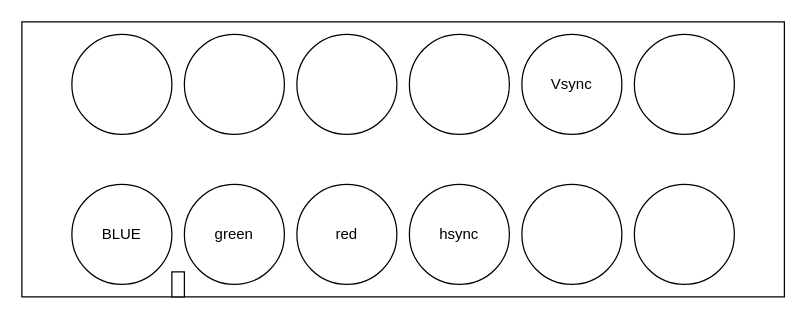
The draw.io diagram breakout.drawio in YuzuMin/Project-OSIRIS, before the edit. Source tidied: cells renumbered, new cells numbered last; positions are measured from the earlier drawing's top-left corner, leaving out a move shared by most shapes. Both pictures are drawn from the tidied source at 125%, with x=0, y=0 at pixel (21, 21).
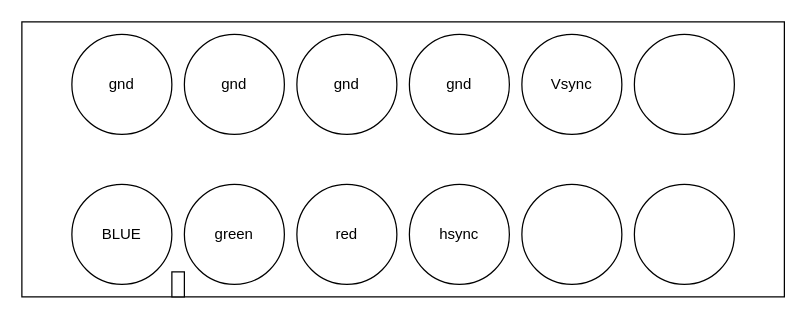
Above is the later version.

The edit, as a diff of the source:
```diff
@@
 <mxGraphModel>
   <root>
     <mxCell id="0" />
     <mxCell id="1" parent="0" />
     <mxCell id="2" style="rounded=0;whiteSpace=wrap;html=1;" parent="1" vertex="1">
       <mxGeometry width="610" height="220" as="geometry" />
     </mxCell>
-    <mxCell id="3" style="ellipse;whiteSpace=wrap;html=1;" parent="1" vertex="1">
+    <mxCell id="3" value="gnd" style="ellipse;whiteSpace=wrap;html=1;" parent="1" vertex="1">
       <mxGeometry x="40" y="10" width="80" height="80" as="geometry" />
     </mxCell>
     <mxCell id="4" value="BLUE" style="ellipse;whiteSpace=wrap;html=1;" parent="1" vertex="1">
       <mxGeometry x="40" y="130" width="80" height="80" as="geometry" />
     </mxCell>
-    <mxCell id="5" style="ellipse;whiteSpace=wrap;html=1;" parent="1" vertex="1">
+    <mxCell id="5" value="gnd" style="ellipse;whiteSpace=wrap;html=1;" parent="1" vertex="1">
       <mxGeometry x="130" y="10" width="80" height="80" as="geometry" />
     </mxCell>
     <mxCell id="6" value="green" style="ellipse;whiteSpace=wrap;html=1;" parent="1" vertex="1">
       <mxGeometry x="130" y="130" width="80" height="80" as="geometry" />
     </mxCell>
-    <mxCell id="7" style="ellipse;whiteSpace=wrap;html=1;" parent="1" vertex="1">
+    <mxCell id="7" value="gnd" style="ellipse;whiteSpace=wrap;html=1;" parent="1" vertex="1">
       <mxGeometry x="220" y="10" width="80" height="80" as="geometry" />
     </mxCell>
     <mxCell id="8" value="red" style="ellipse;whiteSpace=wrap;html=1;" parent="1" vertex="1">
       <mxGeometry x="220" y="130" width="80" height="80" as="geometry" />
     </mxCell>
-    <mxCell id="9" style="ellipse;whiteSpace=wrap;html=1;" parent="1" vertex="1">
+    <mxCell id="9" value="gnd" style="ellipse;whiteSpace=wrap;html=1;" parent="1" vertex="1">
       <mxGeometry x="310" y="10" width="80" height="80" as="geometry" />
     </mxCell>
     <mxCell id="10" value="hsync" style="ellipse;whiteSpace=wrap;html=1;" parent="1" vertex="1">
       <mxGeometry x="310" y="130" width="80" height="80" as="geometry" />
     </mxCell>
     <mxCell id="11" value="Vsync" style="ellipse;whiteSpace=wrap;html=1;" parent="1" vertex="1">
       <mxGeometry x="400" y="10" width="80" height="80" as="geometry" />
     </mxCell>
     <mxCell id="12" style="ellipse;whiteSpace=wrap;html=1;" parent="1" vertex="1">
       <mxGeometry x="400" y="130" width="80" height="80" as="geometry" />
     </mxCell>
     <mxCell id="13" style="ellipse;whiteSpace=wrap;html=1;" parent="1" vertex="1">
       <mxGeometry x="490" y="10" width="80" height="80" as="geometry" />
     </mxCell>
     <mxCell id="14" style="ellipse;whiteSpace=wrap;html=1;" parent="1" vertex="1">
       <mxGeometry x="490" y="130" width="80" height="80" as="geometry" />
     </mxCell>
     <mxCell id="15" style="rounded=0;whiteSpace=wrap;html=1;" parent="1" vertex="1">
       <mxGeometry x="120" y="200" width="10" height="20" as="geometry" />
     </mxCell>
   </root>
 </mxGraphModel>
```
